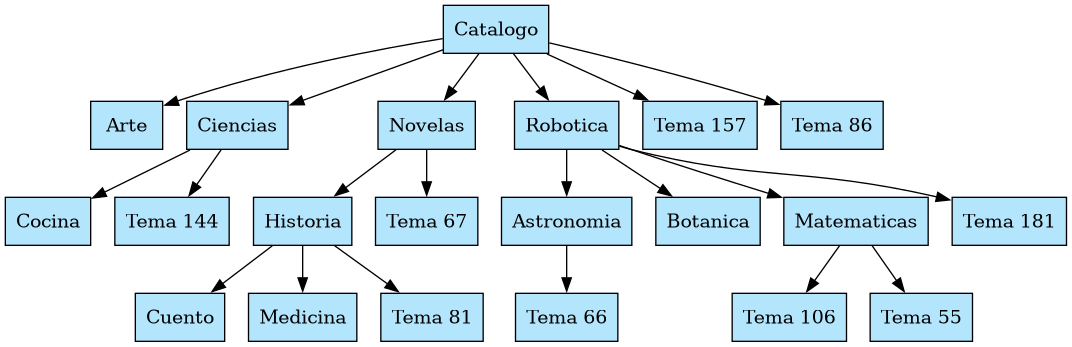
The Graphviz diagram Proyecto2/wwwroot/Reportes/categorias.png in DIego-loch/DIego-loch-IPC2_Proy02_202602_202504811, before a commit. Its source is kept beside it as Proyecto2/wwwroot/Reportes/categorias.dot. The source it was exported from:
```dot
digraph G {
  node [shape=box, style=filled, fillcolor="#B3E5FC"];
  rankdir=TB;
  n0 [label="Catalogo"];
  n1 [label="Arte"];
  n0 -> n1;
  n2 [label="Ciencias"];
  n0 -> n2;
  n3 [label="Cocina"];
  n2 -> n3;
  n4 [label="Tema 144"];
  n2 -> n4;
  n5 [label="Novelas"];
  n0 -> n5;
  n6 [label="Historia"];
  n5 -> n6;
  n7 [label="Cuento"];
  n6 -> n7;
  n8 [label="Medicina"];
  n6 -> n8;
  n9 [label="Tema 81"];
  n6 -> n9;
  n10 [label="Tema 67"];
  n5 -> n10;
  n11 [label="Robotica"];
  n0 -> n11;
  n12 [label="Astronomia"];
  n11 -> n12;
  n13 [label="Tema 66"];
  n12 -> n13;
  n14 [label="Botanica"];
  n11 -> n14;
  n15 [label="Matematicas"];
  n11 -> n15;
  n16 [label="Tema 106"];
  n15 -> n16;
  n17 [label="Tema 55"];
  n15 -> n17;
  n18 [label="Tema 181"];
  n11 -> n18;
  n19 [label="Tema 157"];
  n0 -> n19;
  n20 [label="Tema 86"];
  n0 -> n20;
}
```
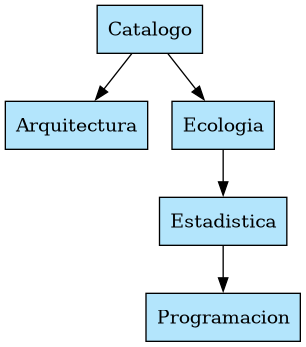
Above is the later version.

The edit, as a diff of the source:
```diff
@@ -2,44 +2,12 @@
   node [shape=box, style=filled, fillcolor="#B3E5FC"];
   rankdir=TB;
   n0 [label="Catalogo"];
-  n1 [label="Arte"];
+  n1 [label="Arquitectura"];
   n0 -> n1;
-  n2 [label="Ciencias"];
+  n2 [label="Ecologia"];
   n0 -> n2;
-  n3 [label="Cocina"];
+  n3 [label="Estadistica"];
   n2 -> n3;
-  n4 [label="Tema 144"];
-  n2 -> n4;
-  n5 [label="Novelas"];
-  n0 -> n5;
-  n6 [label="Historia"];
-  n5 -> n6;
-  n7 [label="Cuento"];
-  n6 -> n7;
-  n8 [label="Medicina"];
-  n6 -> n8;
-  n9 [label="Tema 81"];
-  n6 -> n9;
-  n10 [label="Tema 67"];
-  n5 -> n10;
-  n11 [label="Robotica"];
-  n0 -> n11;
-  n12 [label="Astronomia"];
-  n11 -> n12;
-  n13 [label="Tema 66"];
-  n12 -> n13;
-  n14 [label="Botanica"];
-  n11 -> n14;
-  n15 [label="Matematicas"];
-  n11 -> n15;
-  n16 [label="Tema 106"];
-  n15 -> n16;
-  n17 [label="Tema 55"];
-  n15 -> n17;
-  n18 [label="Tema 181"];
-  n11 -> n18;
-  n19 [label="Tema 157"];
-  n0 -> n19;
-  n20 [label="Tema 86"];
-  n0 -> n20;
+  n4 [label="Programacion"];
+  n3 -> n4;
 }
```
